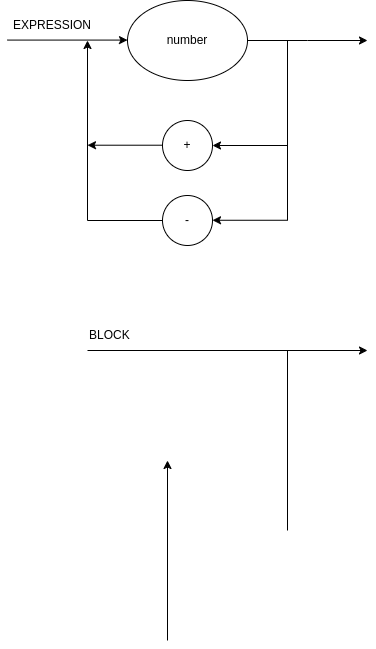
The draw.io diagram roteiro1/diagram.drawio.png in gabrielonishi/go-compiler, before a commit. Source tidied: cells renumbered, new cells last; positions are measured from the earlier drawing's top-left corner, leaving out a move shared by most shapes.
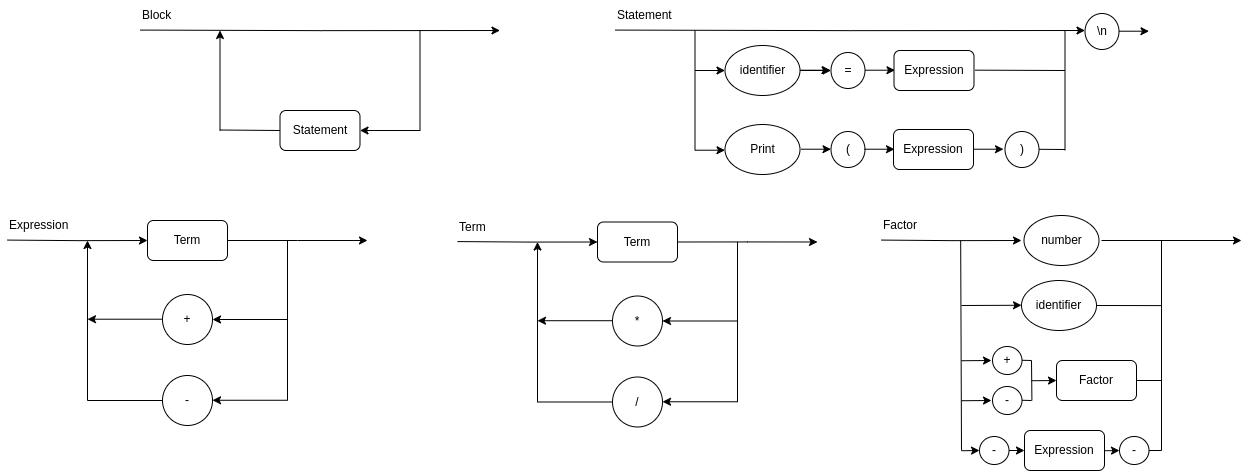
After the change.

Commit message:
Refatora PrePro e parse_statement

Change to the diagram source:
```diff
@@ -4,15 +4,12 @@
     <mxCell id="1" parent="0" />
-    <mxCell id="2" style="edgeStyle=orthogonalEdgeStyle;rounded=0;jettySize=auto;html=1;exitX=1;exitY=0.5;exitDx=0;exitDy=0;" parent="1" edge="1" source="3">
+    <mxCell id="2" style="edgeStyle=orthogonalEdgeStyle;rounded=0;jettySize=auto;html=1;exitX=1;exitY=0.5;exitDx=0;exitDy=0;" parent="1" edge="1" source="48">
       <mxGeometry relative="1" as="geometry">
-        <mxPoint x="360" y="40" as="targetPoint" />
+        <mxPoint x="-10" y="160" as="targetPoint" />
       </mxGeometry>
     </mxCell>
-    <mxCell id="3" value="number" style="ellipse;whiteSpace=wrap;html=1;" parent="1" vertex="1">
-      <mxGeometry x="120" width="120" height="80" as="geometry" />
-    </mxCell>
     <mxCell id="4" value="+" style="ellipse;whiteSpace=wrap;html=1;" parent="1" vertex="1">
-      <mxGeometry x="155" y="120" width="50" height="50" as="geometry" />
+      <mxGeometry x="-215" y="214" width="50" height="50" as="geometry" />
     </mxCell>
     <mxCell id="5" value="-" style="ellipse;whiteSpace=wrap;html=1;" parent="1" vertex="1">
-      <mxGeometry x="155" y="195" width="50" height="50" as="geometry" />
+      <mxGeometry x="-215" y="295" width="50" height="50" as="geometry" />
     </mxCell>
@@ -20,3 +17,3 @@
       <mxGeometry relative="1" as="geometry">
-        <mxPoint x="280" y="145" as="sourcePoint" />
+        <mxPoint x="-90" y="239" as="sourcePoint" />
       </mxGeometry>
@@ -25,4 +22,4 @@
       <mxGeometry relative="1" as="geometry">
-        <mxPoint x="280" y="220" as="sourcePoint" />
-        <mxPoint x="280" y="40" as="targetPoint" />
+        <mxPoint x="-90" y="320" as="sourcePoint" />
+        <mxPoint x="-90" y="160" as="targetPoint" />
       </mxGeometry>
@@ -31,4 +28,4 @@
       <mxGeometry relative="1" as="geometry">
-        <mxPoint x="280" y="219.8" as="sourcePoint" />
-        <mxPoint x="205" y="219.8" as="targetPoint" />
+        <mxPoint x="-90" y="319.8" as="sourcePoint" />
+        <mxPoint x="-165" y="319.8" as="targetPoint" />
       </mxGeometry>
@@ -37,4 +34,4 @@
       <mxGeometry relative="1" as="geometry">
-        <mxPoint x="155" y="144.7" as="sourcePoint" />
-        <mxPoint x="80" y="144.7" as="targetPoint" />
+        <mxPoint x="-215" y="238.7" as="sourcePoint" />
+        <mxPoint x="-290" y="238.7" as="targetPoint" />
       </mxGeometry>
@@ -43,3 +40,3 @@
       <mxGeometry relative="1" as="geometry">
-        <mxPoint x="80" y="220" as="targetPoint" />
+        <mxPoint x="-290" y="320" as="targetPoint" />
       </mxGeometry>
@@ -48,36 +45,372 @@
       <mxGeometry relative="1" as="geometry">
-        <mxPoint x="80" y="220" as="sourcePoint" />
-        <mxPoint x="80" y="40" as="targetPoint" />
+        <mxPoint x="-290" y="320" as="sourcePoint" />
+        <mxPoint x="-290" y="160" as="targetPoint" />
       </mxGeometry>
     </mxCell>
-    <mxCell id="12" style="edgeStyle=orthogonalEdgeStyle;rounded=0;orthogonalLoop=1;jettySize=auto;html=1;exitX=1;exitY=0.5;exitDx=0;exitDy=0;" parent="1" edge="1">
+    <mxCell id="12" style="edgeStyle=orthogonalEdgeStyle;rounded=0;jettySize=auto;html=1;exitX=1;exitY=0.5;exitDx=0;exitDy=0;entryX=0;entryY=0.5;entryDx=0;entryDy=0;" parent="1" edge="1" target="48">
       <mxGeometry relative="1" as="geometry">
-        <mxPoint y="39.6" as="sourcePoint" />
-        <mxPoint x="120" y="39.6" as="targetPoint" />
+        <mxPoint x="-370" y="159.6" as="sourcePoint" />
       </mxGeometry>
     </mxCell>
-    <mxCell id="13" value="EXPRESSION" style="text;html=1;strokeColor=none;fillColor=none;align=center;verticalAlign=middle;whiteSpace=wrap;rounded=0;" parent="1" vertex="1">
-      <mxGeometry y="10" width="90" height="30" as="geometry" />
+    <mxCell id="13" value="Expression" style="text;html=1;strokeColor=none;fillColor=none;align=left;verticalAlign=middle;whiteSpace=wrap;rounded=0;" parent="1" vertex="1">
+      <mxGeometry x="-370" y="130" width="90" height="30" as="geometry" />
     </mxCell>
-    <mxCell id="14" style="edgeStyle=orthogonalEdgeStyle;rounded=0;orthogonalLoop=1;jettySize=auto;html=1;" parent="1" edge="1">
-      <mxGeometry relative="1" as="geometry">
-        <mxPoint x="80" y="350" as="sourcePoint" />
-        <mxPoint x="360" y="350" as="targetPoint" />
-      </mxGeometry>
-    </mxCell>
-    <mxCell id="15" style="endArrow=none;html=1;rounded=0;" parent="1" edge="1">
-      <mxGeometry relative="1" as="geometry">
-        <mxPoint x="280" y="530" as="sourcePoint" />
-        <mxPoint x="280" y="350" as="targetPoint" />
-      </mxGeometry>
-    </mxCell>
-    <mxCell id="16" style="endArrow=classic;html=1;rounded=0;" parent="1" edge="1">
-      <mxGeometry relative="1" as="geometry">
-        <mxPoint x="160" y="640" as="sourcePoint" />
-        <mxPoint x="160" y="460" as="targetPoint" />
-      </mxGeometry>
-    </mxCell>
-    <mxCell id="17" value="BLOCK" style="text;html=1;strokeColor=none;fillColor=none;align=left;verticalAlign=middle;whiteSpace=wrap;rounded=0;" parent="1" vertex="1">
-      <mxGeometry x="80" y="320" width="90" height="30" as="geometry" />
-    </mxCell>
+    <mxCell id="18" style="endArrow=classic;html=1;rounded=0;entryX=1;entryY=0.5;entryDx=0;entryDy=0;" parent="1" edge="1" target="24">
+      <mxGeometry relative="1" as="geometry">
+        <mxPoint x="42.5" y="50" as="sourcePoint" />
+      </mxGeometry>
+    </mxCell>
+    <mxCell id="19" style="endArrow=none;html=1;rounded=0;" parent="1" edge="1">
+      <mxGeometry relative="1" as="geometry">
+        <mxPoint x="42.5" y="50" as="sourcePoint" />
+        <mxPoint x="42.5" y="-50" as="targetPoint" />
+      </mxGeometry>
+    </mxCell>
+    <mxCell id="20" style="endArrow=classic;html=1;rounded=0;" parent="1" edge="1">
+      <mxGeometry relative="1" as="geometry">
+        <mxPoint x="-157.5" y="50" as="sourcePoint" />
+        <mxPoint x="-157.5" y="-50" as="targetPoint" />
+      </mxGeometry>
+    </mxCell>
+    <mxCell id="21" style="edgeStyle=orthogonalEdgeStyle;rounded=0;orthogonalLoop=1;jettySize=auto;html=1;exitX=1;exitY=0.5;exitDx=0;exitDy=0;" parent="1" edge="1">
+      <mxGeometry relative="1" as="geometry">
+        <mxPoint x="-237.5" y="-50.4" as="sourcePoint" />
+        <mxPoint x="122.5" y="-50" as="targetPoint" />
+      </mxGeometry>
+    </mxCell>
+    <mxCell id="22" value="Block" style="text;html=1;strokeColor=none;fillColor=none;align=left;verticalAlign=middle;whiteSpace=wrap;rounded=0;" parent="1" vertex="1">
+      <mxGeometry x="-237.5" y="-80" width="90" height="30" as="geometry" />
+    </mxCell>
+    <mxCell id="23" style="endArrow=none;html=1;rounded=0;exitX=0;exitY=0.5;exitDx=0;exitDy=0;" parent="1" edge="1" source="24">
+      <mxGeometry relative="1" as="geometry">
+        <mxPoint x="-157.5" y="49.5" as="targetPoint" />
+      </mxGeometry>
+    </mxCell>
+    <mxCell id="24" value="Statement" style="rounded=1;whiteSpace=wrap;html=1;" parent="1" vertex="1">
+      <mxGeometry x="-97.5" y="30" width="80" height="40" as="geometry" />
+    </mxCell>
+    <mxCell id="25" style="endArrow=none;html=1;rounded=0;" parent="1" edge="1">
+      <mxGeometry relative="1" as="geometry">
+        <mxPoint x="317.5" y="70" as="sourcePoint" />
+        <mxPoint x="317.5" y="-50" as="targetPoint" />
+      </mxGeometry>
+    </mxCell>
+    <mxCell id="26" style="edgeStyle=orthogonalEdgeStyle;rounded=0;orthogonalLoop=1;jettySize=auto;html=1;exitX=1;exitY=0.5;exitDx=0;exitDy=0;" parent="1" edge="1">
+      <mxGeometry relative="1" as="geometry">
+        <mxPoint x="237.5" y="-50.4" as="sourcePoint" />
+        <mxPoint x="707.5" y="-50" as="targetPoint" />
+      </mxGeometry>
+    </mxCell>
+    <mxCell id="27" value="Statement" style="text;html=1;strokeColor=none;fillColor=none;align=left;verticalAlign=middle;whiteSpace=wrap;rounded=0;" parent="1" vertex="1">
+      <mxGeometry x="237.5" y="-80" width="90" height="30" as="geometry" />
+    </mxCell>
+    <mxCell id="28" style="endArrow=classic;html=1;rounded=0;" parent="1" edge="1">
+      <mxGeometry relative="1" as="geometry">
+        <mxPoint x="317.5" y="-10" as="sourcePoint" />
+        <mxPoint x="347.5" y="-10" as="targetPoint" />
+        <Array as="points">
+          <mxPoint x="347.5" y="-10" />
+        </Array>
+      </mxGeometry>
+    </mxCell>
+    <mxCell id="29" style="edgeStyle=orthogonalEdgeStyle;rounded=0;jettySize=auto;html=1;" parent="1" edge="1" source="30">
+      <mxGeometry relative="1" as="geometry">
+        <mxPoint x="453.5" y="-10" as="targetPoint" />
+      </mxGeometry>
+    </mxCell>
+    <mxCell id="30" value="identifier" style="ellipse;whiteSpace=wrap;html=1;" parent="1" vertex="1">
+      <mxGeometry x="347.5" y="-35" width="75" height="50" as="geometry" />
+    </mxCell>
+    <mxCell id="31" style="endArrow=classic;html=1;rounded=0;" parent="1" edge="1">
+      <mxGeometry relative="1" as="geometry">
+        <mxPoint x="422.5" y="-10.3" as="sourcePoint" />
+        <mxPoint x="452.5" y="-10.3" as="targetPoint" />
+        <Array as="points">
+          <mxPoint x="452.5" y="-10.3" />
+        </Array>
+      </mxGeometry>
+    </mxCell>
+    <mxCell id="32" style="endArrow=classic;html=1;rounded=0;" parent="1" edge="1">
+      <mxGeometry relative="1" as="geometry">
+        <mxPoint x="487.5" y="-10.3" as="sourcePoint" />
+        <mxPoint x="517.5" y="-10.3" as="targetPoint" />
+        <Array as="points">
+          <mxPoint x="517.5" y="-10.3" />
+        </Array>
+      </mxGeometry>
+    </mxCell>
+    <mxCell id="33" value="Expression" style="rounded=1;whiteSpace=wrap;html=1;" parent="1" vertex="1">
+      <mxGeometry x="516.5" y="-30" width="80" height="40" as="geometry" />
+    </mxCell>
+    <mxCell id="34" style="endArrow=classic;html=1;rounded=0;" parent="1" edge="1">
+      <mxGeometry relative="1" as="geometry">
+        <mxPoint x="317.5" y="69.7" as="sourcePoint" />
+        <mxPoint x="347.5" y="69.7" as="targetPoint" />
+        <Array as="points">
+          <mxPoint x="347.5" y="69.7" />
+        </Array>
+      </mxGeometry>
+    </mxCell>
+    <mxCell id="35" value="Print" style="ellipse;whiteSpace=wrap;html=1;" parent="1" vertex="1">
+      <mxGeometry x="347.5" y="44" width="75" height="50" as="geometry" />
+    </mxCell>
+    <mxCell id="36" style="endArrow=classic;html=1;rounded=0;" parent="1" edge="1">
+      <mxGeometry relative="1" as="geometry">
+        <mxPoint x="423.5" y="68.7" as="sourcePoint" />
+        <mxPoint x="453.5" y="68.7" as="targetPoint" />
+        <Array as="points">
+          <mxPoint x="453.5" y="68.7" />
+        </Array>
+      </mxGeometry>
+    </mxCell>
+    <mxCell id="37" value="(" style="ellipse;whiteSpace=wrap;html=1;" parent="1" vertex="1">
+      <mxGeometry x="453.5" y="51" width="34" height="36" as="geometry" />
+    </mxCell>
+    <mxCell id="38" value="Expression" style="rounded=1;whiteSpace=wrap;html=1;" parent="1" vertex="1">
+      <mxGeometry x="516" y="49" width="80" height="40" as="geometry" />
+    </mxCell>
+    <mxCell id="39" style="endArrow=classic;html=1;rounded=0;" parent="1" edge="1">
+      <mxGeometry relative="1" as="geometry">
+        <mxPoint x="487" y="68.7" as="sourcePoint" />
+        <mxPoint x="517" y="68.7" as="targetPoint" />
+        <Array as="points">
+          <mxPoint x="517" y="68.7" />
+        </Array>
+      </mxGeometry>
+    </mxCell>
+    <mxCell id="40" style="endArrow=classic;html=1;rounded=0;" parent="1" edge="1">
+      <mxGeometry relative="1" as="geometry">
+        <mxPoint x="596" y="68.7" as="sourcePoint" />
+        <mxPoint x="626" y="68.7" as="targetPoint" />
+        <Array as="points">
+          <mxPoint x="626" y="68.7" />
+        </Array>
+      </mxGeometry>
+    </mxCell>
+    <mxCell id="41" value="=" style="ellipse;whiteSpace=wrap;html=1;" parent="1" vertex="1">
+      <mxGeometry x="453.5" y="-28" width="34" height="36" as="geometry" />
+    </mxCell>
+    <mxCell id="42" value=")" style="ellipse;whiteSpace=wrap;html=1;" parent="1" vertex="1">
+      <mxGeometry x="627.5" y="51" width="34" height="36" as="geometry" />
+    </mxCell>
+    <mxCell id="43" style="endArrow=none;html=1;rounded=0;" parent="1" edge="1">
+      <mxGeometry relative="1" as="geometry">
+        <mxPoint x="687.5" y="69" as="sourcePoint" />
+        <mxPoint x="661.5" y="68.8" as="targetPoint" />
+      </mxGeometry>
+    </mxCell>
+    <mxCell id="44" style="endArrow=none;html=1;rounded=0;" parent="1" edge="1">
+      <mxGeometry relative="1" as="geometry">
+        <mxPoint x="687.5" y="-10" as="sourcePoint" />
+        <mxPoint x="597.5" y="-10.3" as="targetPoint" />
+      </mxGeometry>
+    </mxCell>
+    <mxCell id="45" style="endArrow=none;html=1;rounded=0;" parent="1" edge="1">
+      <mxGeometry relative="1" as="geometry">
+        <mxPoint x="687.5" y="70" as="sourcePoint" />
+        <mxPoint x="687.5" y="-50" as="targetPoint" />
+      </mxGeometry>
+    </mxCell>
+    <mxCell id="46" value="\n" style="ellipse;whiteSpace=wrap;html=1;" parent="1" vertex="1">
+      <mxGeometry x="707.5" y="-67" width="34" height="36" as="geometry" />
+    </mxCell>
+    <mxCell id="47" style="endArrow=classic;html=1;rounded=0;" parent="1" edge="1">
+      <mxGeometry relative="1" as="geometry">
+        <mxPoint x="741.5" y="-49.3" as="sourcePoint" />
+        <mxPoint x="771.5" y="-49.3" as="targetPoint" />
+        <Array as="points">
+          <mxPoint x="771.5" y="-49.3" />
+        </Array>
+      </mxGeometry>
+    </mxCell>
+    <mxCell id="48" value="Term" style="rounded=1;whiteSpace=wrap;html=1;" parent="1" vertex="1">
+      <mxGeometry x="-230" y="140" width="80" height="40" as="geometry" />
+    </mxCell>
+    <mxCell id="49" style="edgeStyle=orthogonalEdgeStyle;rounded=0;jettySize=auto;html=1;exitX=1;exitY=0.5;exitDx=0;exitDy=0;" parent="1" edge="1" source="60">
+      <mxGeometry relative="1" as="geometry">
+        <mxPoint x="440" y="161.5" as="targetPoint" />
+      </mxGeometry>
+    </mxCell>
+    <mxCell id="50" value="*" style="ellipse;whiteSpace=wrap;html=1;" parent="1" vertex="1">
+      <mxGeometry x="235" y="215.5" width="50" height="50" as="geometry" />
+    </mxCell>
+    <mxCell id="51" value="/" style="ellipse;whiteSpace=wrap;html=1;" parent="1" vertex="1">
+      <mxGeometry x="235" y="296.5" width="50" height="50" as="geometry" />
+    </mxCell>
+    <mxCell id="52" style="endArrow=classic;html=1;rounded=0;entryX=1;entryY=0.5;entryDx=0;entryDy=0;" parent="1" edge="1" target="50">
+      <mxGeometry relative="1" as="geometry">
+        <mxPoint x="360" y="240.5" as="sourcePoint" />
+      </mxGeometry>
+    </mxCell>
+    <mxCell id="53" style="endArrow=none;html=1;rounded=0;" parent="1" edge="1">
+      <mxGeometry relative="1" as="geometry">
+        <mxPoint x="360" y="321.5" as="sourcePoint" />
+        <mxPoint x="360" y="161.5" as="targetPoint" />
+      </mxGeometry>
+    </mxCell>
+    <mxCell id="54" style="endArrow=classic;html=1;rounded=0;entryX=1;entryY=0.5;entryDx=0;entryDy=0;" parent="1" edge="1">
+      <mxGeometry relative="1" as="geometry">
+        <mxPoint x="360" y="321.3" as="sourcePoint" />
+        <mxPoint x="285" y="321.3" as="targetPoint" />
+      </mxGeometry>
+    </mxCell>
+    <mxCell id="55" style="endArrow=classic;html=1;rounded=0;entryX=1;entryY=0.5;entryDx=0;entryDy=0;" parent="1" edge="1">
+      <mxGeometry relative="1" as="geometry">
+        <mxPoint x="235" y="240.2" as="sourcePoint" />
+        <mxPoint x="160" y="240.2" as="targetPoint" />
+      </mxGeometry>
+    </mxCell>
+    <mxCell id="56" style="endArrow=none;html=1;rounded=0;exitX=0;exitY=0.5;exitDx=0;exitDy=0;" parent="1" edge="1" source="51">
+      <mxGeometry relative="1" as="geometry">
+        <mxPoint x="160" y="321.5" as="targetPoint" />
+      </mxGeometry>
+    </mxCell>
+    <mxCell id="57" style="endArrow=classic;html=1;rounded=0;" parent="1" edge="1">
+      <mxGeometry relative="1" as="geometry">
+        <mxPoint x="160" y="321.5" as="sourcePoint" />
+        <mxPoint x="160" y="161.5" as="targetPoint" />
+      </mxGeometry>
+    </mxCell>
+    <mxCell id="58" style="edgeStyle=orthogonalEdgeStyle;rounded=0;jettySize=auto;html=1;exitX=1;exitY=0.5;exitDx=0;exitDy=0;entryX=0;entryY=0.5;entryDx=0;entryDy=0;" parent="1" edge="1" target="60">
+      <mxGeometry relative="1" as="geometry">
+        <mxPoint x="80" y="161.1" as="sourcePoint" />
+      </mxGeometry>
+    </mxCell>
+    <mxCell id="59" value="Term" style="text;html=1;strokeColor=none;fillColor=none;align=left;verticalAlign=middle;whiteSpace=wrap;rounded=0;" parent="1" vertex="1">
+      <mxGeometry x="80" y="131.5" width="90" height="30" as="geometry" />
+    </mxCell>
+    <mxCell id="60" value="Term" style="rounded=1;whiteSpace=wrap;html=1;" parent="1" vertex="1">
+      <mxGeometry x="220" y="141.5" width="80" height="40" as="geometry" />
+    </mxCell>
+    <mxCell id="61" style="edgeStyle=orthogonalEdgeStyle;rounded=0;orthogonalLoop=1;jettySize=auto;html=1;exitX=1;exitY=0.5;exitDx=0;exitDy=0;" parent="1" edge="1">
+      <mxGeometry relative="1" as="geometry">
+        <mxPoint x="724" y="160" as="sourcePoint" />
+        <mxPoint x="864" y="160" as="targetPoint" />
+      </mxGeometry>
+    </mxCell>
+    <mxCell id="62" style="endArrow=none;html=1;rounded=0;" parent="1" edge="1">
+      <mxGeometry relative="1" as="geometry">
+        <mxPoint x="784" y="370" as="sourcePoint" />
+        <mxPoint x="784" y="160" as="targetPoint" />
+      </mxGeometry>
+    </mxCell>
+    <mxCell id="63" style="edgeStyle=orthogonalEdgeStyle;rounded=0;orthogonalLoop=1;jettySize=auto;html=1;exitX=1;exitY=0.5;exitDx=0;exitDy=0;entryX=0;entryY=0.5;entryDx=0;entryDy=0;" parent="1" edge="1">
+      <mxGeometry relative="1" as="geometry">
+        <mxPoint x="504" y="159.6" as="sourcePoint" />
+        <mxPoint x="644" y="160" as="targetPoint" />
+      </mxGeometry>
+    </mxCell>
+    <mxCell id="64" value="Factor" style="text;html=1;strokeColor=none;fillColor=none;align=left;verticalAlign=middle;whiteSpace=wrap;rounded=0;" parent="1" vertex="1">
+      <mxGeometry x="504" y="130" width="90" height="30" as="geometry" />
+    </mxCell>
+    <mxCell id="3" value="number" style="ellipse;whiteSpace=wrap;html=1;" parent="1" vertex="1">
+      <mxGeometry x="646.5" y="135" width="75" height="50" as="geometry" />
+    </mxCell>
+    <mxCell id="65" value="identifier" style="ellipse;whiteSpace=wrap;html=1;" parent="1" vertex="1">
+      <mxGeometry x="644" y="200" width="75" height="50" as="geometry" />
+    </mxCell>
+    <mxCell id="66" style="endArrow=none;html=1;rounded=0;" parent="1" edge="1">
+      <mxGeometry relative="1" as="geometry">
+        <mxPoint x="584" y="370" as="sourcePoint" />
+        <mxPoint x="583.2" y="160" as="targetPoint" />
+      </mxGeometry>
+    </mxCell>
+    <mxCell id="67" style="endArrow=classic;html=1;rounded=0;entryX=1;entryY=0.5;entryDx=0;entryDy=0;" parent="1" edge="1">
+      <mxGeometry relative="1" as="geometry">
+        <mxPoint x="584" y="225" as="sourcePoint" />
+        <mxPoint x="644" y="224.8" as="targetPoint" />
+      </mxGeometry>
+    </mxCell>
+    <mxCell id="68" style="endArrow=classic;html=1;rounded=0;" parent="1" edge="1">
+      <mxGeometry relative="1" as="geometry">
+        <mxPoint x="584" y="280.2" as="sourcePoint" />
+        <mxPoint x="614" y="280" as="targetPoint" />
+      </mxGeometry>
+    </mxCell>
+    <mxCell id="69" style="endArrow=classic;html=1;rounded=0;" parent="1" edge="1">
+      <mxGeometry relative="1" as="geometry">
+        <mxPoint x="584" y="320.2" as="sourcePoint" />
+        <mxPoint x="614" y="320" as="targetPoint" />
+      </mxGeometry>
+    </mxCell>
+    <mxCell id="70" value="+" style="ellipse;whiteSpace=wrap;html=1;" parent="1" vertex="1">
+      <mxGeometry x="615" y="266" width="29.5" height="28" as="geometry" />
+    </mxCell>
+    <mxCell id="71" value="-" style="ellipse;whiteSpace=wrap;html=1;" parent="1" vertex="1">
+      <mxGeometry x="615" y="306" width="29.5" height="28" as="geometry" />
+    </mxCell>
+    <mxCell id="72" style="endArrow=none;html=1;rounded=0;" parent="1" edge="1">
+      <mxGeometry relative="1" as="geometry">
+        <mxPoint x="654" y="280" as="sourcePoint" />
+        <mxPoint x="644.5" y="279.8" as="targetPoint" />
+      </mxGeometry>
+    </mxCell>
+    <mxCell id="73" style="endArrow=none;html=1;rounded=0;" parent="1" edge="1">
+      <mxGeometry relative="1" as="geometry">
+        <mxPoint x="654" y="320" as="sourcePoint" />
+        <mxPoint x="644.5" y="319.8" as="targetPoint" />
+      </mxGeometry>
+    </mxCell>
+    <mxCell id="74" style="endArrow=none;html=1;rounded=0;" parent="1" edge="1">
+      <mxGeometry relative="1" as="geometry">
+        <mxPoint x="654.4" y="320" as="sourcePoint" />
+        <mxPoint x="654" y="280" as="targetPoint" />
+      </mxGeometry>
+    </mxCell>
+    <mxCell id="75" style="endArrow=classic;html=1;rounded=0;entryX=0;entryY=0.5;entryDx=0;entryDy=0;" parent="1" edge="1" target="76">
+      <mxGeometry relative="1" as="geometry">
+        <mxPoint x="654" y="300.2" as="sourcePoint" />
+      </mxGeometry>
+    </mxCell>
+    <mxCell id="76" value="Factor" style="rounded=1;whiteSpace=wrap;html=1;" parent="1" vertex="1">
+      <mxGeometry x="679" y="280" width="80" height="40" as="geometry" />
+    </mxCell>
+    <mxCell id="77" style="endArrow=classic;html=1;rounded=0;" parent="1" edge="1" source="81">
+      <mxGeometry relative="1" as="geometry">
+        <mxPoint x="617" y="370" as="targetPoint" />
+      </mxGeometry>
+    </mxCell>
+    <mxCell id="78" style="endArrow=classic;html=1;rounded=0;" parent="1" edge="1">
+      <mxGeometry relative="1" as="geometry">
+        <mxPoint x="647.5" y="370" as="sourcePoint" />
+        <mxPoint x="677.5" y="369.8" as="targetPoint" />
+      </mxGeometry>
+    </mxCell>
+    <mxCell id="79" value="Expression" style="rounded=1;whiteSpace=wrap;html=1;" parent="1" vertex="1">
+      <mxGeometry x="647" y="350" width="80" height="40" as="geometry" />
+    </mxCell>
+    <mxCell id="80" style="endArrow=classic;html=1;rounded=0;" parent="1" edge="1" target="81">
+      <mxGeometry relative="1" as="geometry">
+        <mxPoint x="584" y="370.2" as="sourcePoint" />
+      </mxGeometry>
+    </mxCell>
+    <mxCell id="81" value="-" style="ellipse;whiteSpace=wrap;html=1;" parent="1" vertex="1">
+      <mxGeometry x="602" y="356" width="29.5" height="28" as="geometry" />
+    </mxCell>
+    <mxCell id="82" style="endArrow=classic;html=1;rounded=0;exitX=1;exitY=0.5;exitDx=0;exitDy=0;entryX=0;entryY=0.5;entryDx=0;entryDy=0;" parent="1" edge="1" source="81" target="79">
+      <mxGeometry relative="1" as="geometry" />
+    </mxCell>
+    <mxCell id="83" style="endArrow=classic;html=1;rounded=0;" parent="1" edge="1" target="84">
+      <mxGeometry relative="1" as="geometry">
+        <mxPoint x="727" y="370.2" as="sourcePoint" />
+      </mxGeometry>
+    </mxCell>
+    <mxCell id="84" value="-" style="ellipse;whiteSpace=wrap;html=1;" parent="1" vertex="1">
+      <mxGeometry x="742" y="356" width="29.5" height="28" as="geometry" />
+    </mxCell>
+    <mxCell id="85" style="endArrow=none;html=1;rounded=0;entryX=1;entryY=0.5;entryDx=0;entryDy=0;" parent="1" edge="1" target="65">
+      <mxGeometry relative="1" as="geometry">
+        <mxPoint x="784" y="225.1" as="sourcePoint" />
+      </mxGeometry>
+    </mxCell>
+    <mxCell id="86" style="endArrow=none;html=1;rounded=0;entryX=1;entryY=0.5;entryDx=0;entryDy=0;" parent="1" edge="1" target="76">
+      <mxGeometry relative="1" as="geometry">
+        <mxPoint x="784" y="300" as="sourcePoint" />
+      </mxGeometry>
+    </mxCell>
+    <mxCell id="87" style="endArrow=none;html=1;rounded=0;entryX=1;entryY=0.5;entryDx=0;entryDy=0;" parent="1" edge="1" target="84">
+      <mxGeometry relative="1" as="geometry">
+        <mxPoint x="784" y="370" as="sourcePoint" />
+      </mxGeometry>
+    </mxCell>
   </root>
```
